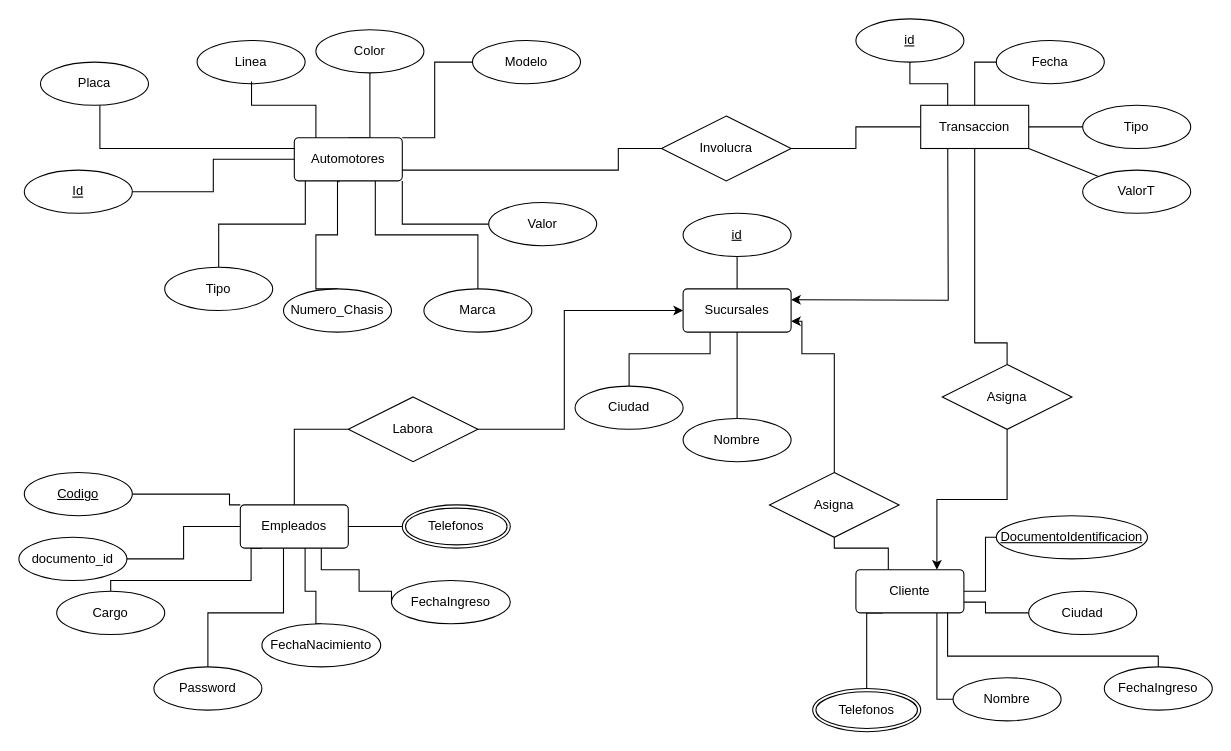
SnakyDH/BuenAuto-BE keeps this draw.io diagram as db/EntityRelationship.drawio. Above is the earlier version. Source tidied: cells renumbered, new cells numbered last; positions are measured from the earlier drawing's top-left corner, leaving out a move shared by most shapes. Both pictures are drawn from the tidied source at 108%, with x=0, y=0 at pixel (18, 18).
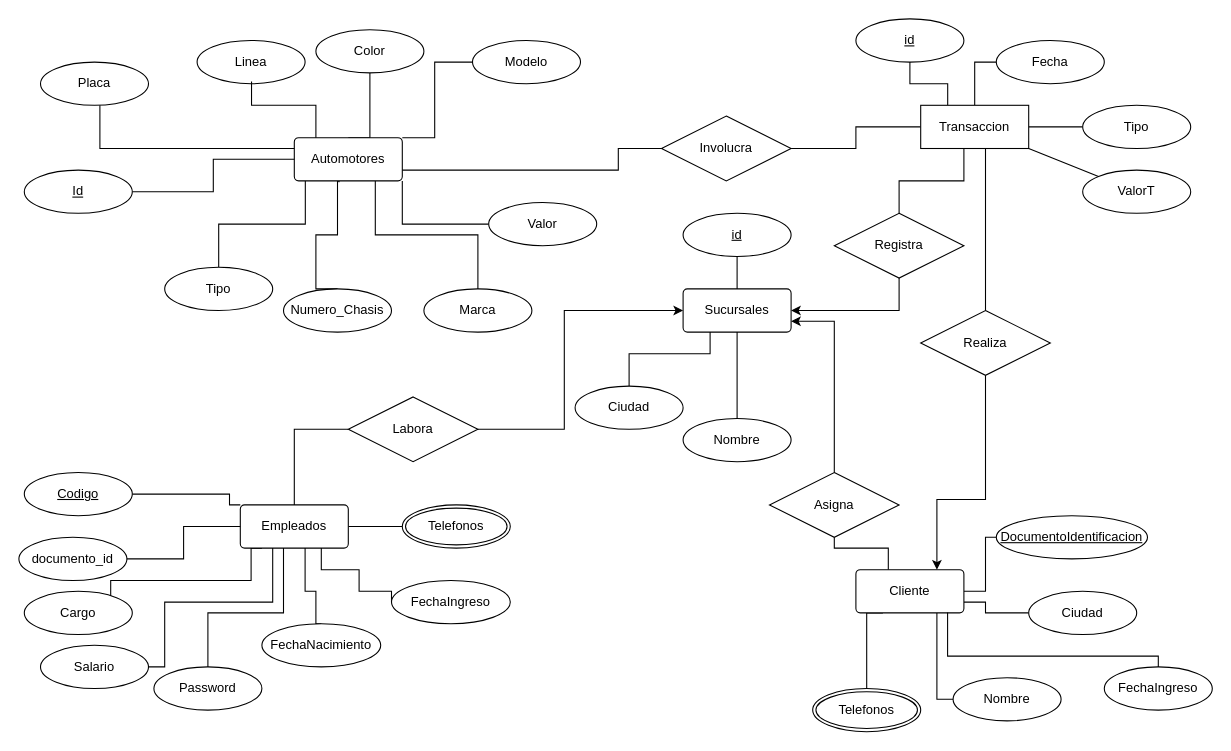
The same page after the edit.

Unchanged cells that the change refers to:
```xml
<mxCell id="10" value="Sucursales" style="rounded=1;arcSize=10;whiteSpace=wrap;html=1;align=center;" parent="1" vertex="1">
  <mxGeometry x="615" y="250" width="100" height="40" as="geometry" />
</mxCell>
<mxCell id="17" value="Cliente" style="rounded=1;arcSize=10;whiteSpace=wrap;html=1;align=center;" parent="1" vertex="1">
  <mxGeometry x="775" y="510" width="100" height="40" as="geometry" />
</mxCell>
<mxCell id="25" value="Empleados" style="rounded=1;arcSize=10;whiteSpace=wrap;html=1;align=center;" parent="1" vertex="1">
  <mxGeometry x="205" y="450" width="100" height="40" as="geometry" />
</mxCell>
<mxCell id="50" value="Asigna" style="shape=rhombus;perimeter=rhombusPerimeter;whiteSpace=wrap;html=1;align=center;" parent="1" vertex="1">
  <mxGeometry x="695" y="420" width="120" height="60" as="geometry" />
</mxCell>
<mxCell id="61" value="Transaccion" style="whiteSpace=wrap;html=1;align=center;" parent="1" vertex="1">
  <mxGeometry x="835" y="80" width="100" height="40" as="geometry" />
</mxCell>
```

The edit, as a diff of the source:
```diff
@@
-    <mxCell id="8" style="edgeStyle=orthogonalEdgeStyle;rounded=0;orthogonalLoop=1;jettySize=auto;html=1;entryX=0.25;entryY=1;entryDx=0;entryDy=0;startArrow=classic;startFill=1;endArrow=none;endFill=0;" parent="1" edge="1">
-      <mxGeometry relative="1" as="geometry">
-        <mxPoint x="715" y="260" as="sourcePoint" />
-        <mxPoint x="860" y="110" as="targetPoint" />
-      </mxGeometry>
-    </mxCell>
@@
     <mxCell id="16" style="edgeStyle=orthogonalEdgeStyle;rounded=0;jettySize=auto;html=1;entryX=0.5;entryY=1;entryDx=0;entryDy=0;startArrow=none;startFill=0;endArrow=none;endFill=0;exitX=0.5;exitY=0;exitDx=0;exitDy=0;" parent="1" edge="1" source="70" target="61">
       <mxGeometry relative="1" as="geometry">
         <Array as="points">
-          <mxPoint x="885" y="300" />
+          <mxPoint x="895" y="120" />
         </Array>
       </mxGeometry>
     </mxCell>
@@
+    <mxCell id="76" style="edgeStyle=orthogonalEdgeStyle;rounded=0;jettySize=auto;html=1;endArrow=none;endFill=0;" parent="1" edge="1" source="25" target="80">
+      <mxGeometry relative="1" as="geometry">
+        <Array as="points">
+          <mxPoint x="235" y="540" />
+          <mxPoint x="135" y="540" />
+          <mxPoint x="135" y="600" />
+        </Array>
+      </mxGeometry>
+    </mxCell>
@@
     <mxCell id="34" value="Cargo" style="ellipse;whiteSpace=wrap;html=1;align=center;" parent="1" vertex="1">
-      <mxGeometry x="35" y="530" width="100" height="40" as="geometry" />
+      <mxGeometry x="5" y="530" width="100" height="40" as="geometry" />
     </mxCell>
@@
     <mxCell id="49" style="edgeStyle=orthogonalEdgeStyle;rounded=0;jettySize=auto;html=1;entryX=1;entryY=0.75;entryDx=0;entryDy=0;endArrow=classic;endFill=1;exitX=0.5;exitY=0;exitDx=0;exitDy=0;" parent="1" edge="1" source="50" target="10">
       <mxGeometry relative="1" as="geometry">
         <Array as="points">
-          <mxPoint x="755" y="310" />
-          <mxPoint x="725" y="310" />
-          <mxPoint x="725" y="280" />
+          <mxPoint x="755" y="280" />
         </Array>
       </mxGeometry>
     </mxCell>
@@
+    <mxCell id="77" style="edgeStyle=orthogonalEdgeStyle;rounded=0;jettySize=auto;html=1;endArrow=none;endFill=0;" parent="1" edge="1" source="61" target="79">
+      <mxGeometry relative="1" as="geometry">
+        <Array as="points">
+          <mxPoint x="875" y="150" />
+          <mxPoint x="815" y="150" />
+        </Array>
+      </mxGeometry>
+    </mxCell>
@@
     <mxCell id="69" style="edgeStyle=orthogonalEdgeStyle;rounded=0;jettySize=auto;html=1;entryX=0.75;entryY=0;entryDx=0;entryDy=0;" parent="1" edge="1" source="70" target="17">
       <mxGeometry relative="1" as="geometry">
         <Array as="points">
-          <mxPoint x="915" y="445" />
+          <mxPoint x="895" y="445" />
           <mxPoint x="850" y="445" />
         </Array>
       </mxGeometry>
     </mxCell>
-    <mxCell id="70" value="Asigna" style="shape=rhombus;perimeter=rhombusPerimeter;whiteSpace=wrap;html=1;align=center;" parent="1" vertex="1">
-      <mxGeometry x="855" y="320" width="120" height="60" as="geometry" />
+    <mxCell id="70" value="Realiza" style="shape=rhombus;perimeter=rhombusPerimeter;whiteSpace=wrap;html=1;align=center;" parent="1" vertex="1">
+      <mxGeometry x="835" y="270" width="120" height="60" as="geometry" />
     </mxCell>
@@
+    <mxCell id="78" style="edgeStyle=orthogonalEdgeStyle;rounded=0;jettySize=auto;html=1;entryX=1;entryY=0.5;entryDx=0;entryDy=0;exitX=0.5;exitY=1;exitDx=0;exitDy=0;" parent="1" edge="1" source="79" target="10">
+      <mxGeometry relative="1" as="geometry" />
+    </mxCell>
+    <mxCell id="79" value="Registra" style="shape=rhombus;perimeter=rhombusPerimeter;whiteSpace=wrap;html=1;align=center;" parent="1" vertex="1">
+      <mxGeometry x="755" y="180" width="120" height="60" as="geometry" />
+    </mxCell>
+    <mxCell id="80" value="Salario" style="ellipse;whiteSpace=wrap;html=1;align=center;" parent="1" vertex="1">
+      <mxGeometry x="20" y="580" width="100" height="40" as="geometry" />
+    </mxCell>
```
